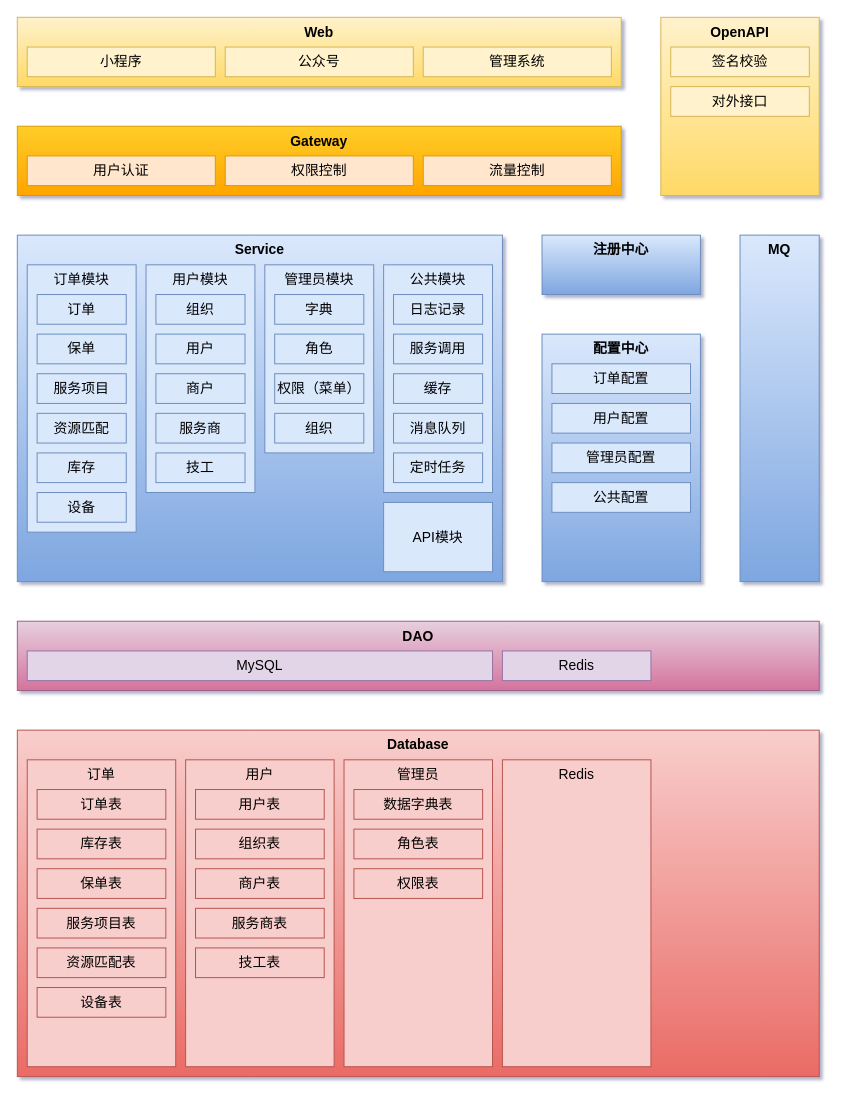
Above: architecture-bao_huo_gan.drawio in Woobhurk/tyz-pic-repo (draw.io), before the change. Source tidied: cells renumbered, new cells numbered last; positions are measured from the earlier drawing's top-left corner, leaving out a move shared by most shapes. Both pictures are drawn from the tidied source at 99%, with x=0, y=0 at pixel (17, 17).
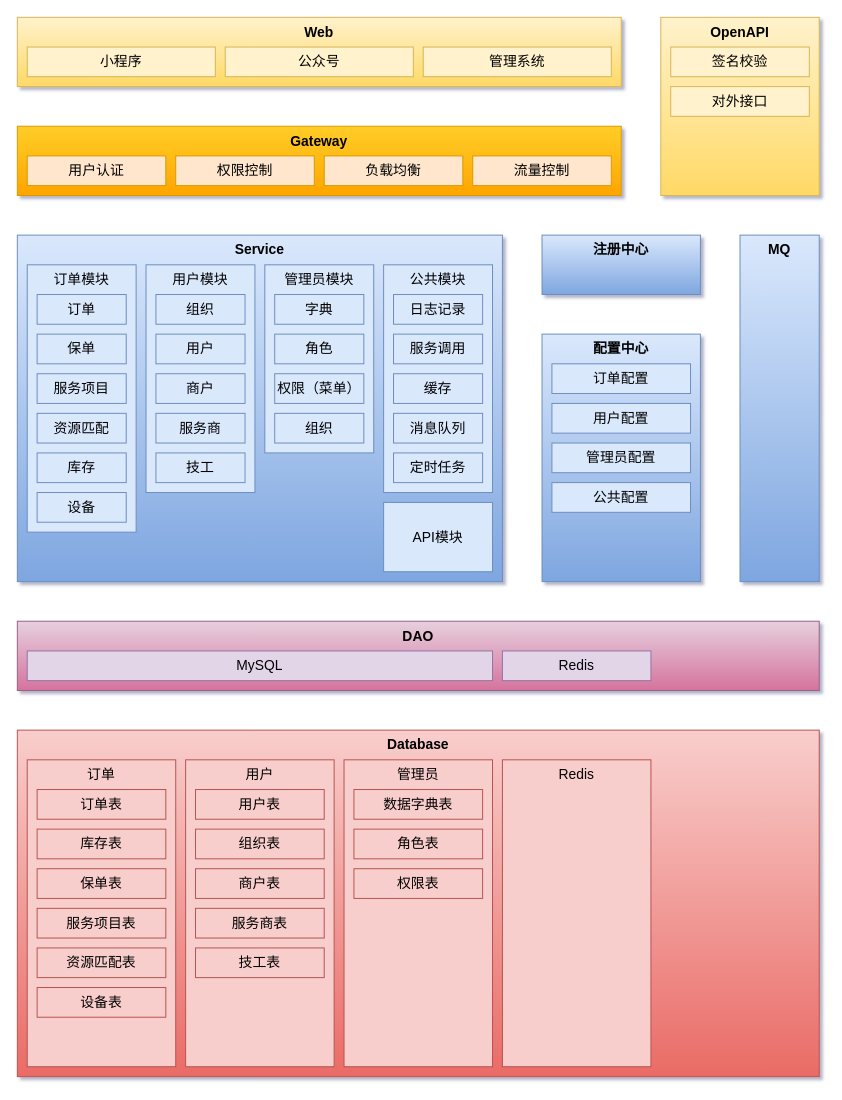
After the change.

The edit, as a diff of the source:
```diff
@@
     <mxCell id="58" value="权限控制" style="rounded=0;whiteSpace=wrap;html=1;sketch=0;fontSize=14;align=center;strokeColor=#d79b00;fillColor=#ffe6cc;perimeterSpacing=0;glass=0;shadow=0;" parent="1" vertex="1">
-      <mxGeometry x="210" y="140" width="190" height="30" as="geometry" />
+      <mxGeometry x="160" y="140" width="140" height="30" as="geometry" />
     </mxCell>
     <mxCell id="59" value="流量控制" style="rounded=0;whiteSpace=wrap;html=1;sketch=0;fontSize=14;align=center;strokeColor=#d79b00;fillColor=#ffe6cc;perimeterSpacing=0;glass=0;shadow=0;" parent="1" vertex="1">
-      <mxGeometry x="410" y="140" width="190" height="30" as="geometry" />
+      <mxGeometry x="460" y="140" width="140" height="30" as="geometry" />
     </mxCell>
     <mxCell id="60" value="用户认证" style="rounded=0;whiteSpace=wrap;html=1;sketch=0;fontSize=14;align=center;strokeColor=#d79b00;fillColor=#ffe6cc;perimeterSpacing=0;glass=0;shadow=0;" parent="1" vertex="1">
-      <mxGeometry x="10" y="140" width="190" height="30" as="geometry" />
+      <mxGeometry x="10" y="140" width="140" height="30" as="geometry" />
     </mxCell>
@@
+    <mxCell id="68" value="负载均衡" style="rounded=0;whiteSpace=wrap;html=1;sketch=0;fontSize=14;align=center;strokeColor=#d79b00;fillColor=#ffe6cc;perimeterSpacing=0;glass=0;shadow=0;" parent="1" vertex="1">
+      <mxGeometry x="310" y="140" width="140" height="30" as="geometry" />
+    </mxCell>
```
